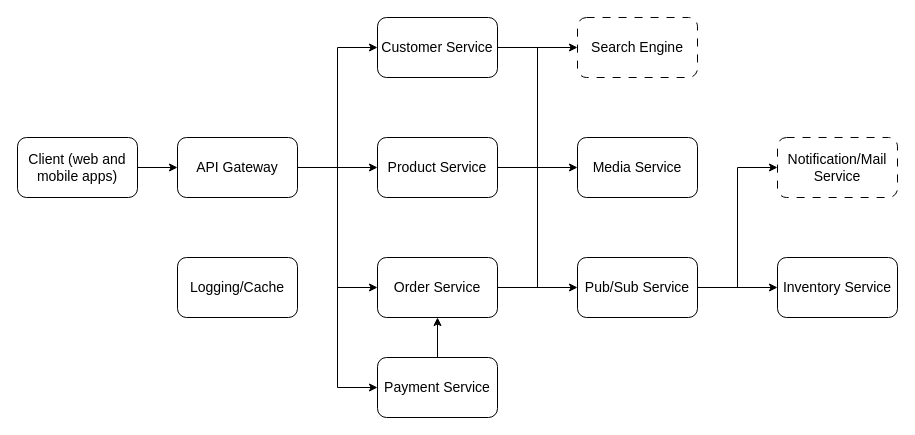
pxuanbach/system-design keeps this draw.io diagram as medium-ecommerce-system/high-level-architecture.drawio. Above is the earlier version. Source tidied: cells renumbered, new cells numbered last; positions are measured from the earlier drawing's top-left corner, leaving out a move shared by most shapes. Both pictures are drawn from the tidied source at 100%, with x=0, y=0 at pixel (17, 17).
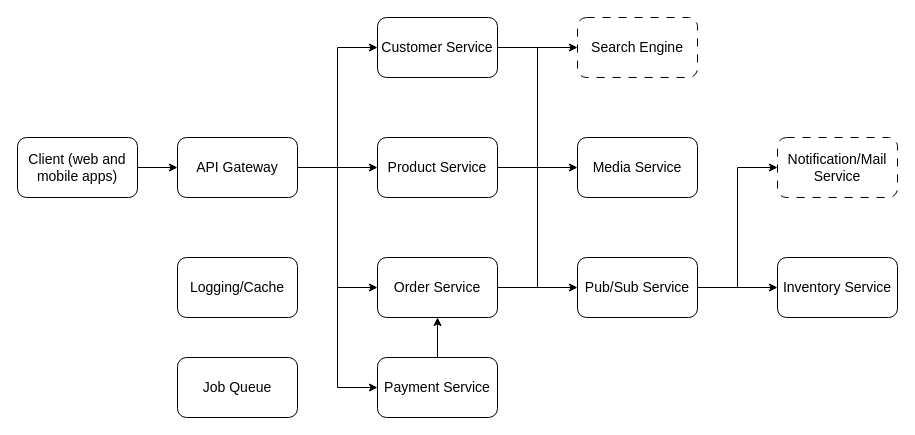
The same diagram, later.

Commit message (it also covers changes not shown here):
rename, update high-level architecture

Change to the diagram source:
```diff
@@
+    <mxCell id="28" value="&lt;font style=&quot;font-size: 14px;&quot;&gt;Job Queue&lt;/font&gt;" style="rounded=1;whiteSpace=wrap;html=1;" parent="1" vertex="1">
+      <mxGeometry x="160" y="340" width="120" height="60" as="geometry" />
+    </mxCell>
```
